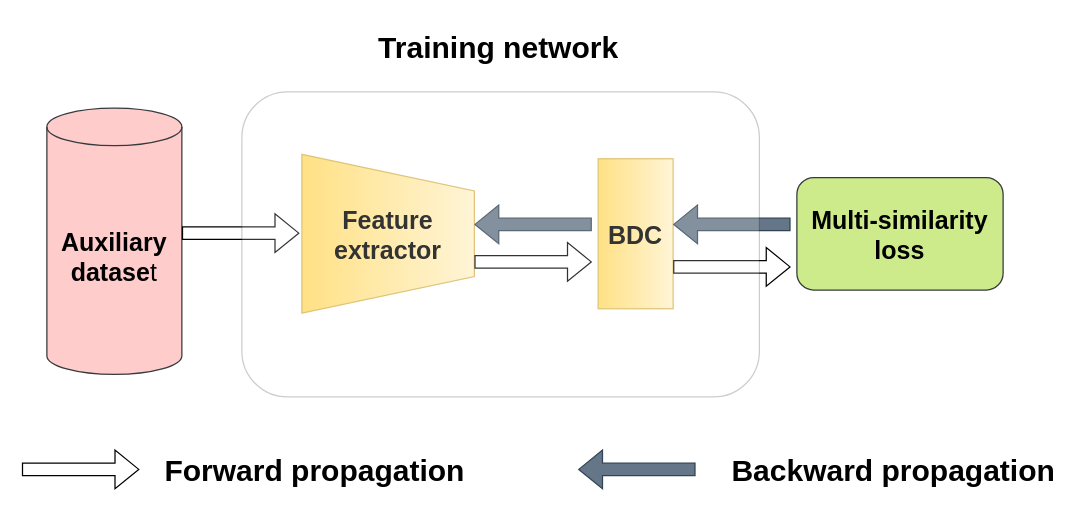
Before: 预训练.drawio in lilang0710/ll, a draw.io diagram. Source tidied: cells renumbered, new cells numbered last; positions are measured from the earlier drawing's top-left corner, leaving out a move shared by most shapes. Both pictures are drawn from the tidied source at 125%, with x=0, y=0 at pixel (21, 21).
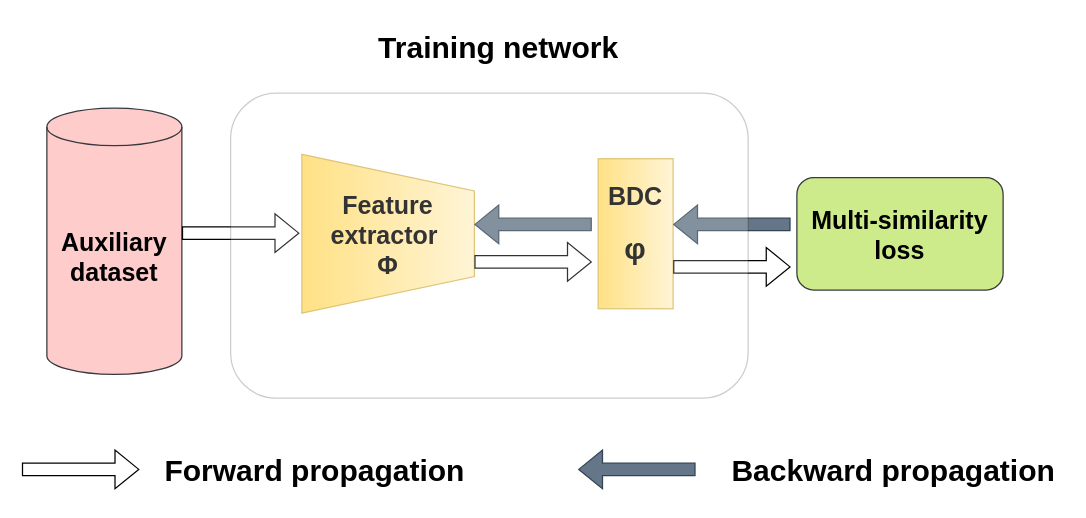
Above is the later version.

Commit message (it also covers changes not shown here):
更新预训练.drawio

The edit, as a diff of the source:
```diff
@@
-    <mxCell id="2" value="&lt;font style=&quot;font-size: 20px;&quot;&gt;&lt;b&gt;Auxiliary datase&lt;/b&gt;t&lt;/font&gt;" style="shape=cylinder3;whiteSpace=wrap;html=1;boundedLbl=1;backgroundOutline=1;size=15;fillColor=#ffcccc;strokeColor=#36393d;" parent="1" vertex="1">
+    <mxCell id="2" value="&lt;font style=&quot;font-size: 20px;&quot;&gt;&lt;b&gt;Auxiliary dataset&lt;/b&gt;&lt;/font&gt;" style="shape=cylinder3;whiteSpace=wrap;html=1;boundedLbl=1;backgroundOutline=1;size=15;fillColor=#ffcccc;strokeColor=#36393d;" parent="1" vertex="1">
       <mxGeometry x="20" y="69" width="108" height="213" as="geometry" />
     </mxCell>
-    <mxCell id="3" value="&lt;font size=&quot;1&quot;&gt;&lt;b&gt;&lt;font style=&quot;font-size: 20px;&quot;&gt;Feature extractor&lt;/font&gt;&lt;/b&gt;&lt;/font&gt;" style="verticalLabelPosition=middle;verticalAlign=middle;html=1;shape=trapezoid;perimeter=trapezoidPerimeter;whiteSpace=wrap;size=0.23;arcSize=10;flipV=1;labelPosition=center;align=center;direction=south;fillColor=#fff2cc;gradientColor=#ffd966;strokeColor=#d6b656;" parent="1" vertex="1">
+    <mxCell id="3" value="&lt;div&gt;&lt;b&gt;&lt;font style=&quot;font-size: 20px;&quot;&gt;&lt;font style=&quot;font-size: 20px;&quot;&gt;Feature extractor&lt;/font&gt;&lt;span class=&quot;content-right_1THTn&quot;&gt;&amp;nbsp;&lt;/span&gt;&lt;/font&gt;&lt;/b&gt;&lt;/div&gt;&lt;div&gt;&lt;b&gt;&lt;font style=&quot;font-size: 20px;&quot;&gt;&lt;span class=&quot;content-right_1THTn&quot;&gt;Φ&lt;/span&gt;&lt;/font&gt;&lt;/b&gt;&lt;/div&gt;" style="verticalLabelPosition=middle;verticalAlign=middle;html=1;shape=trapezoid;perimeter=trapezoidPerimeter;whiteSpace=wrap;size=0.23;arcSize=10;flipV=1;labelPosition=center;align=center;direction=south;fillColor=#fff2cc;gradientColor=#ffd966;strokeColor=#d6b656;" parent="1" vertex="1">
       <mxGeometry x="224" y="106" width="138" height="127" as="geometry" />
     </mxCell>
-    <mxCell id="4" value="&lt;font style=&quot;font-size: 20px;&quot;&gt;&lt;b&gt;BDC &lt;/b&gt;&lt;/font&gt;" style="rounded=0;whiteSpace=wrap;html=1;direction=south;fillColor=#fff2cc;gradientColor=#ffd966;strokeColor=#d6b656;" parent="1" vertex="1">
+    <mxCell id="4" value="&lt;font style=&quot;font-size: 20px;&quot;&gt;&lt;b&gt;BDC &lt;/b&gt;&lt;/font&gt;&lt;h1 class=&quot;QuestionHeader-title&quot;&gt;φ&lt;/h1&gt;" style="rounded=0;whiteSpace=wrap;html=1;direction=south;fillColor=#fff2cc;gradientColor=#ffd966;strokeColor=#d6b656;" parent="1" vertex="1">
       <mxGeometry x="461" y="109.5" width="60" height="120" as="geometry" />
     </mxCell>
@@
     <mxCell id="11" style="rounded=1;whiteSpace=wrap;html=1;opacity=20;" parent="1" vertex="1">
-      <mxGeometry x="176" y="56" width="414" height="244" as="geometry" />
+      <mxGeometry x="167" y="57" width="414" height="244" as="geometry" />
     </mxCell>
```
